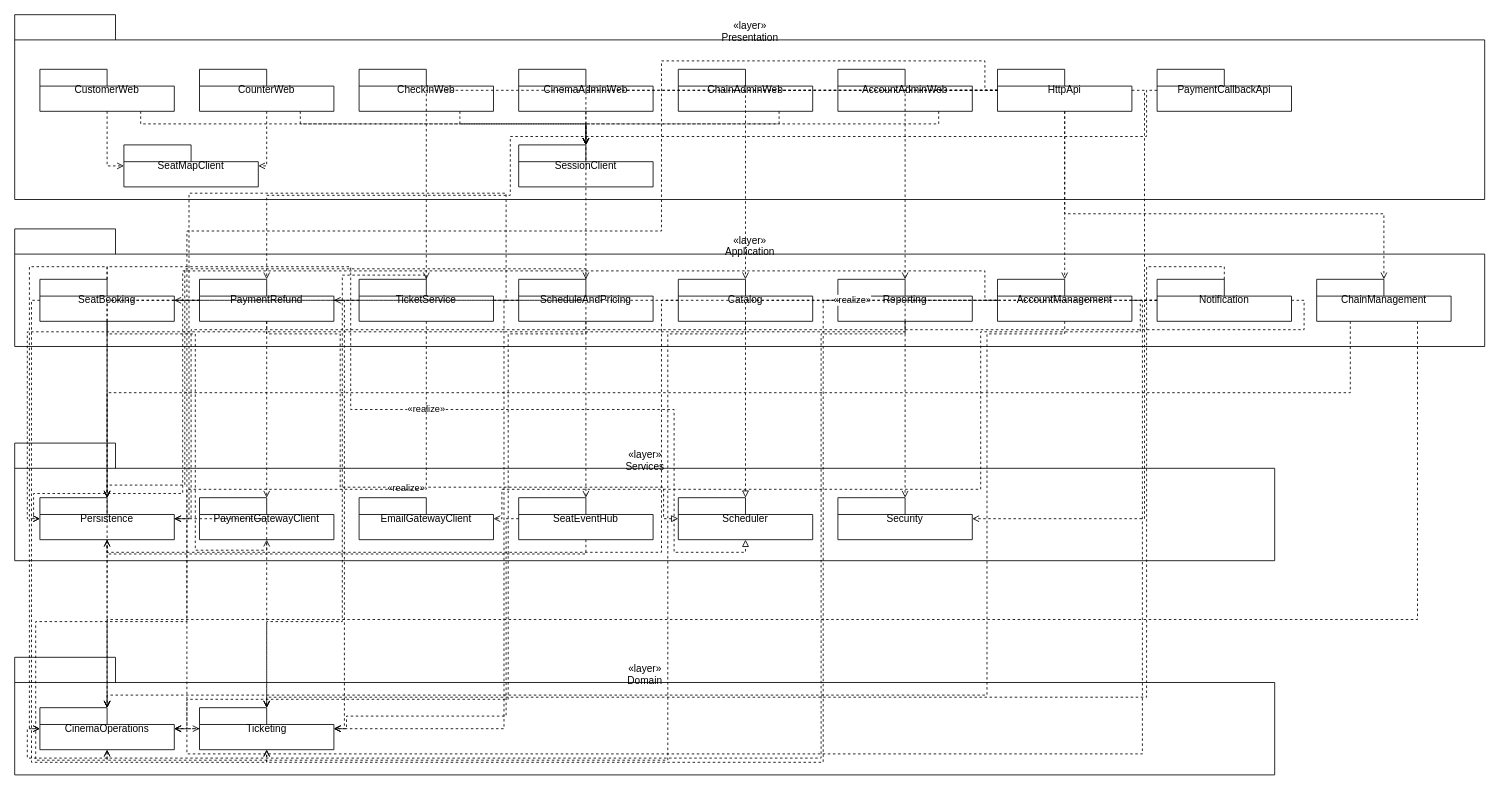
Earlier version of the draw.io diagram design/diagrams/P09-package-layers.drawio (luytbq/app-dat-ve-xem-phim). Source tidied: cells renumbered, new cells numbered last; positions are measured from the earlier drawing's top-left corner, leaving out a move shared by most shapes. Both pictures are drawn from the tidied source at 84%, with x=0, y=0 at pixel (14, 14).
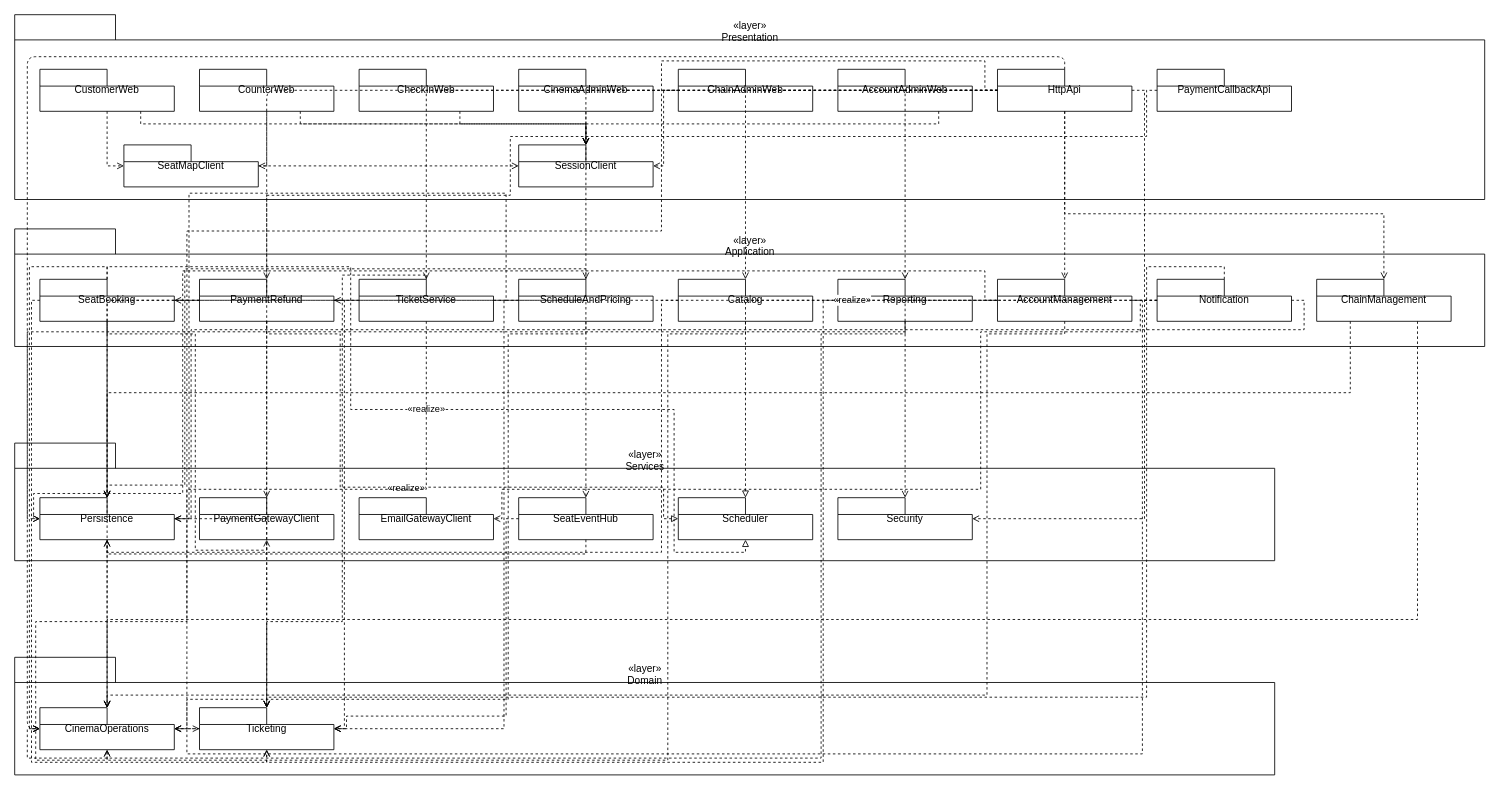
The same page after the edit.

The change refers to these unchanged cells:
```xml
<mxCell id="7" value="ChainAdminWeb" style="shape=folder;tabWidth=80;tabHeight=20;tabPosition=left;html=1;whiteSpace=wrap;" parent="2" vertex="1">
  <mxGeometry x="790" y="65" width="160" height="50" as="geometry" />
</mxCell>
<mxCell id="9" value="HttpApi" style="shape=folder;tabWidth=80;tabHeight=20;tabPosition=left;html=1;whiteSpace=wrap;" parent="2" vertex="1">
  <mxGeometry x="1170" y="65" width="160" height="50" as="geometry" />
</mxCell>
<mxCell id="11" value="SeatMapClient" style="shape=folder;tabWidth=80;tabHeight=20;tabPosition=left;html=1;whiteSpace=wrap;" parent="2" vertex="1">
  <mxGeometry x="130" y="155" width="160" height="50" as="geometry" />
</mxCell>
<mxCell id="12" value="SessionClient" style="shape=folder;tabWidth=80;tabHeight=20;tabPosition=left;html=1;whiteSpace=wrap;" parent="2" vertex="1">
  <mxGeometry x="600" y="155" width="160" height="50" as="geometry" />
</mxCell>
<mxCell id="31" value="CinemaOperations" style="shape=folder;tabWidth=80;tabHeight=20;tabPosition=left;html=1;whiteSpace=wrap;" parent="30" vertex="1">
  <mxGeometry x="30" y="60" width="160" height="50" as="geometry" />
</mxCell>
<mxCell id="32" value="Ticketing" style="shape=folder;tabWidth=80;tabHeight=20;tabPosition=left;html=1;whiteSpace=wrap;" parent="30" vertex="1">
  <mxGeometry x="220" y="60" width="160" height="50" as="geometry" />
</mxCell>
```

Diff of the diagram source:
```diff
@@
-    <mxCell id="87" style="edgeStyle=orthogonalEdgeStyle;rounded=0;html=1;dashed=1;endArrow=open;endFill=0;exitX=0.75;exitY=1;exitDx=0;exitDy=0;entryX=0.5;entryY=0;entryDx=0;entryDy=0;" parent="1" edge="1" source="7" target="12">
+    <mxCell id="87" style="edgeStyle=orthogonalEdgeStyle;rounded=0;html=1;dashed=1;endArrow=open;endFill=0;exitX=0;exitY=0.5;exitDx=0;exitDy=0;entryX=1;entryY=0.5;entryDx=0;entryDy=0;" parent="1" edge="1" source="7" target="12">
       <mxGeometry relative="1" as="geometry">
         <Array as="points">
-          <mxPoint x="910" y="130" />
-          <mxPoint x="680" y="130" />
+          <mxPoint x="772.5" y="90" />
+          <mxPoint x="772.5" y="180" />
         </Array>
       </mxGeometry>
     </mxCell>
@@
+    <mxCell id="89" style="edgeStyle=orthogonalEdgeStyle;endArrow=open;dashed=1;html=1;" parent="1" edge="1" source="11" target="12">
+      <mxGeometry relative="1" as="geometry" />
+    </mxCell>
+    <mxCell id="90" style="edgeStyle=orthogonalEdgeStyle;endArrow=open;dashed=1;html=1;exitX=0.5;exitY=0;exitDx=0;exitDy=0;entryX=0;entryY=0.5;entryDx=0;entryDy=0;" parent="1" edge="1" source="9" target="31">
+      <mxGeometry relative="1" as="geometry">
+        <Array as="points">
+          <mxPoint x="1250" y="50" />
+          <mxPoint x="15" y="50" />
+          <mxPoint x="15" y="850" />
+        </Array>
+      </mxGeometry>
+    </mxCell>
+    <mxCell id="91" style="edgeStyle=orthogonalEdgeStyle;endArrow=open;dashed=1;html=1;" parent="1" edge="1" source="9" target="32">
+      <mxGeometry relative="1" as="geometry" />
+    </mxCell>
```
